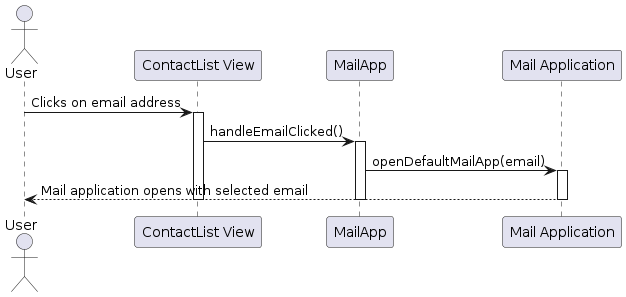
Before: diagrams/SendEmailSequenceDiagram.png, a diagram exported from PlantUML (AY2324S2-CS2103T-T12-1/tp). Its source is kept beside it as diagrams/SendEmailSequenceDiagram.puml.
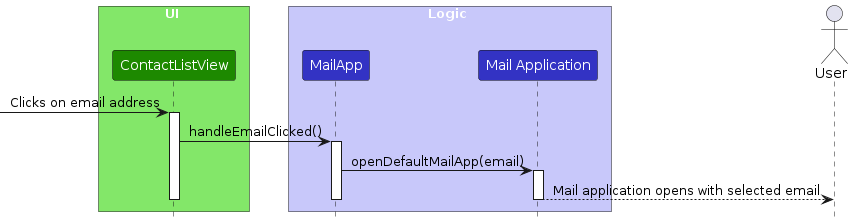
The same diagram one commit later.

Change to the diagram source:
```diff
@@ -1,10 +1,21 @@
 @startuml
+!include style.puml
+skinparam ArrowFontStyle plain
+skinparam participant {
+    TextColor black
+}
+
+box UI UI_COLOR_T1
+    participant "ContactListView" as ContactListView UI_COLOR
+end box
+
+box Logic LOGIC_COLOR_T1
+    participant "MailApp" as MailApp LOGIC_COLOR
+    participant "Mail Application" as MailApplication LOGIC_COLOR
+end box
+
 actor User
-participant "ContactList View" as ContactListView
-participant "MailApp" as MailApp
-participant "Mail Application" as MailApplication
-
-User -> ContactListView : Clicks on email address
+[-> ContactListView : Clicks on email address
 activate ContactListView
 ContactListView -> MailApp : handleEmailClicked()
 activate MailApp
```
